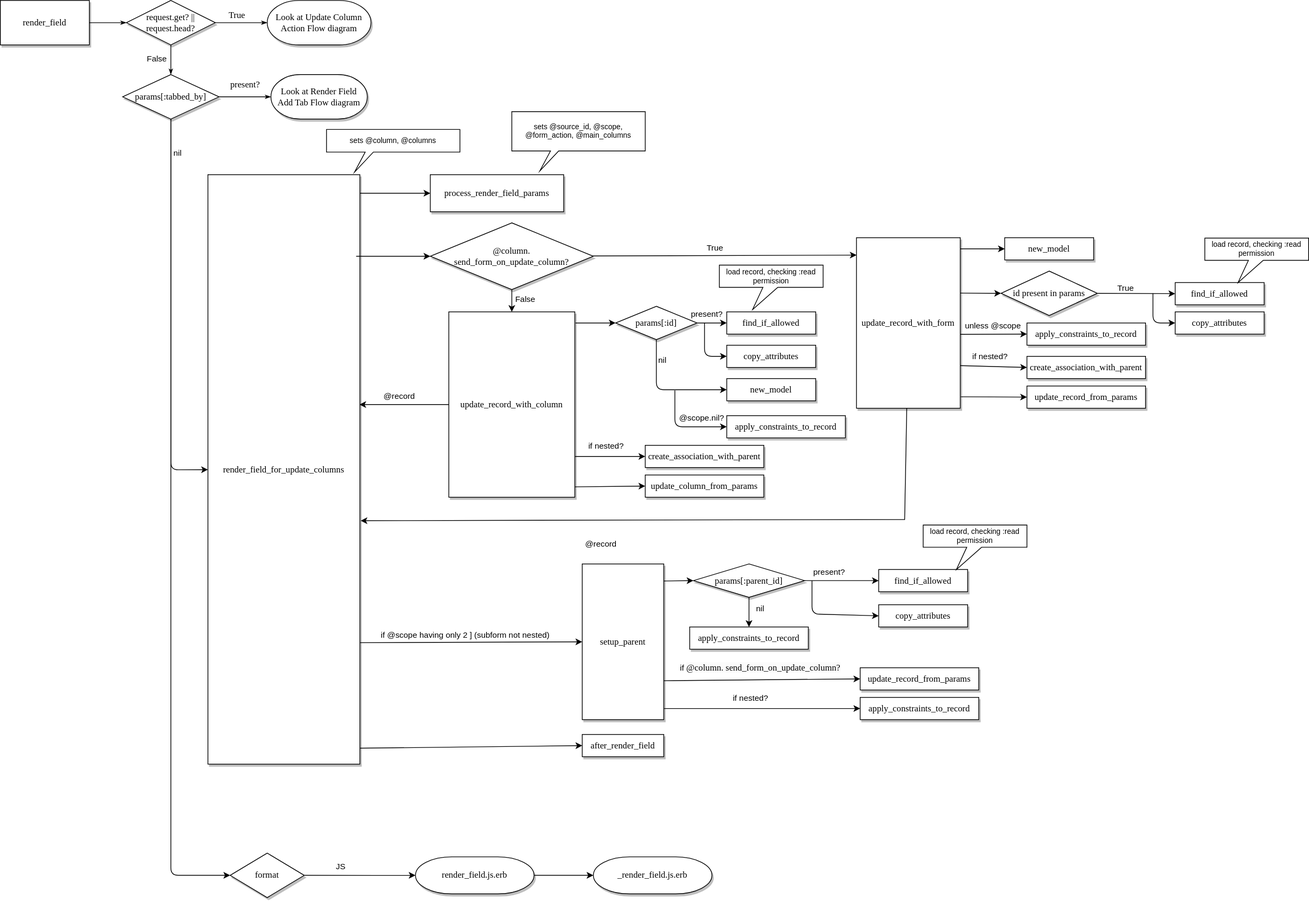
Before: diagrams/render_field_post.drawio.svg, a diagram exported from draw.io (activescaffold/active_scaffold). Source tidied: cells renumbered, new cells last; positions are measured from the earlier drawing's top-left corner, leaving out a move shared by most shapes.
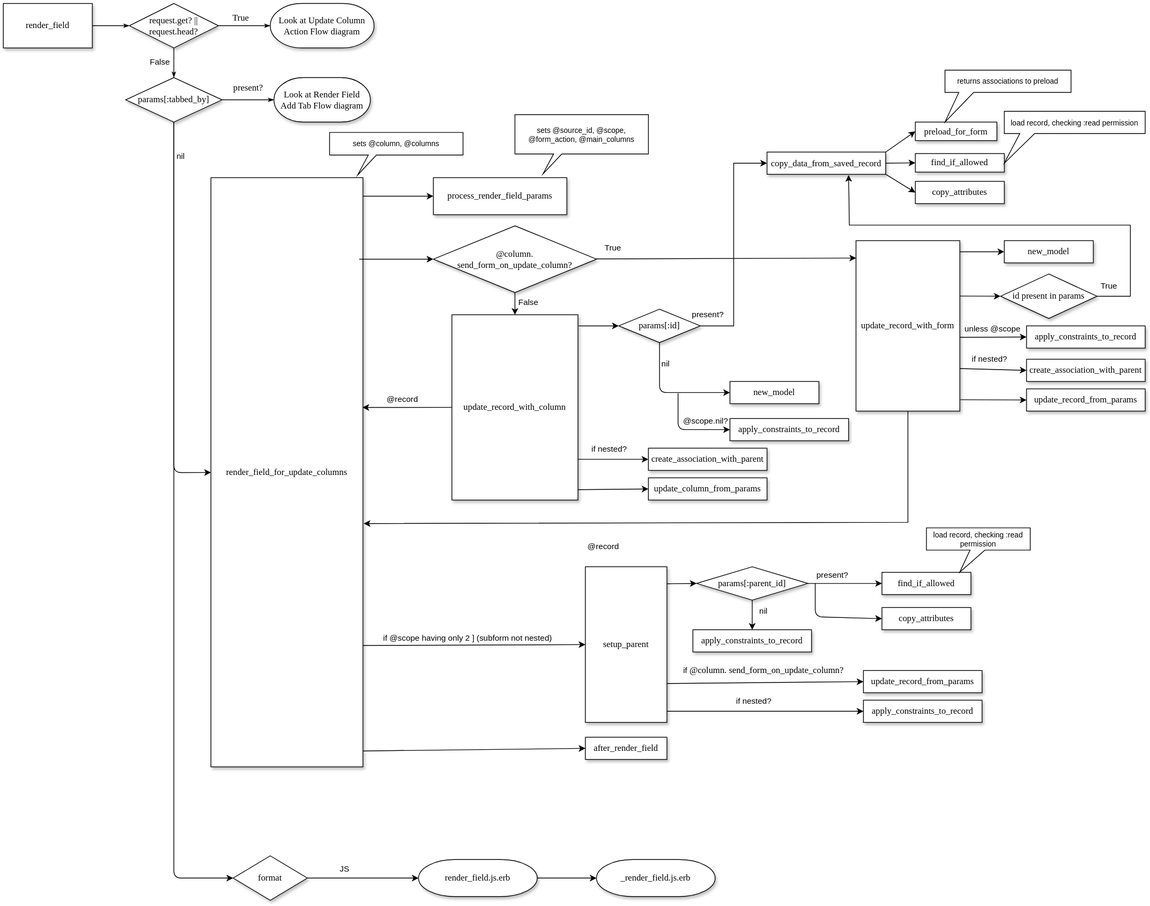
The same file after the commit.

Commit message:
add copy_data_from_saved_record to diagrams

Change to the diagram source:
```diff
@@ -87,7 +87,7 @@
       </mxGeometry>
     </mxCell>
     <mxCell id="24" value="True" style="edgeStyle=none;html=1;entryX=0.001;entryY=0.102;entryDx=0;entryDy=0;entryPerimeter=0;" parent="1" edge="1" source="25" target="37">
-      <mxGeometry x="-0.07" y="10" relative="1" as="geometry" />
+      <mxGeometry x="-0.87" y="15" relative="1" as="geometry" />
     </mxCell>
     <mxCell id="25" value="@column.&lt;br&gt;send_form_on_update_column?" style="rhombus;whiteSpace=wrap;html=1;rounded=0;shadow=1;labelBackgroundColor=none;strokeWidth=1;fontFamily=Verdana;fontSize=12;align=center;" parent="1" vertex="1">
       <mxGeometry x="580" y="300" width="220" height="90" as="geometry" />
@@ -120,7 +120,7 @@
     </mxCell>
     <mxCell id="32" style="edgeStyle=none;html=1;" parent="1" edge="1" target="38">
       <mxGeometry relative="1" as="geometry">
-        <mxPoint x="1295" y="335" as="sourcePoint" />
+        <mxPoint x="1290" y="335" as="sourcePoint" />
       </mxGeometry>
     </mxCell>
     <mxCell id="33" style="edgeStyle=none;html=1;exitX=1;exitY=0.325;exitDx=0;exitDy=0;entryX=0;entryY=0.5;entryDx=0;entryDy=0;exitPerimeter=0;" parent="1" edge="1" source="37" target="44">
@@ -136,47 +136,37 @@
       <mxGeometry relative="1" as="geometry" />
     </mxCell>
     <mxCell id="37" value="update_record_with_form" style="rounded=0;whiteSpace=wrap;html=1;shadow=1;labelBackgroundColor=none;strokeWidth=1;fontFamily=Verdana;fontSize=12;align=center;" parent="1" vertex="1">
-      <mxGeometry x="1155" y="320" width="140" height="230" as="geometry" />
+      <mxGeometry x="1150" y="320" width="140" height="230" as="geometry" />
     </mxCell>
     <mxCell id="38" value="new_model" style="rounded=0;whiteSpace=wrap;html=1;fontFamily=Verdana;shadow=1;labelBackgroundColor=none;strokeWidth=1;" parent="1" vertex="1">
-      <mxGeometry x="1355" y="320" width="120" height="30" as="geometry" />
+      <mxGeometry x="1350" y="320" width="120" height="30" as="geometry" />
     </mxCell>
-    <mxCell id="39" style="rounded=0;jettySize=auto;html=1;exitX=1;exitY=0.5;exitDx=0;exitDy=0;entryX=0;entryY=0.5;entryDx=0;entryDy=0;" parent="1" edge="1" source="44" target="41">
-      <mxGeometry relative="1" as="geometry" />
+    <mxCell id="39" style="rounded=0;jettySize=auto;html=1;exitX=1;exitY=0.5;exitDx=0;exitDy=0;entryX=0.441;entryY=1.031;entryDx=0;entryDy=0;entryPerimeter=0;edgeStyle=orthogonalEdgeStyle;elbow=vertical;" parent="1" edge="1" source="44">
+      <mxGeometry relative="1" as="geometry">
+        <mxPoint x="1140" y="231.4" as="targetPoint" />
+        <Array as="points">
+          <mxPoint x="1520" y="395" />
+          <mxPoint x="1520" y="299" />
+          <mxPoint x="1141" y="299" />
+        </Array>
+      </mxGeometry>
     </mxCell>
     <mxCell id="40" value="True" style="edgeLabel;html=1;align=center;verticalAlign=middle;" parent="39" vertex="1">
       <mxGeometry x="-0.27" y="1" relative="1" as="geometry">
-        <mxPoint y="-7" as="offset" />
+        <mxPoint x="43" y="80" as="offset" />
       </mxGeometry>
     </mxCell>
-    <mxCell id="41" value="find_if_allowed" style="rounded=0;whiteSpace=wrap;html=1;shadow=1;labelBackgroundColor=none;strokeWidth=1;fontFamily=Verdana;fontSize=12;align=center;" parent="1" vertex="1">
-      <mxGeometry x="1585" y="380.5" width="120" height="30" as="geometry" />
-    </mxCell>
-    <mxCell id="42" value="load record, checking :read permission" style="shape=callout;whiteSpace=wrap;html=1;perimeter=calloutPerimeter;size=30;position=0.42;position2=0.32;fontSize=10;" parent="1" vertex="1">
-      <mxGeometry x="1625" y="320.5" width="140" height="60" as="geometry" />
-    </mxCell>
-    <mxCell id="43" style="edgeStyle=none;html=1;entryX=0;entryY=0.5;entryDx=0;entryDy=0;" parent="1" edge="1" target="45">
-      <mxGeometry relative="1" as="geometry">
-        <mxPoint x="1555" y="395" as="sourcePoint" />
-        <Array as="points">
-          <mxPoint x="1555" y="435" />
-        </Array>
-      </mxGeometry>
-    </mxCell>
     <mxCell id="44" value="id present in params" style="rhombus;whiteSpace=wrap;html=1;rounded=0;shadow=1;labelBackgroundColor=none;strokeWidth=1;fontFamily=Verdana;fontSize=12;align=center;" parent="1" vertex="1">
-      <mxGeometry x="1350" y="365" width="130" height="60" as="geometry" />
+      <mxGeometry x="1345" y="365" width="130" height="60" as="geometry" />
     </mxCell>
-    <mxCell id="45" value="copy_attributes" style="rounded=0;whiteSpace=wrap;html=1;shadow=1;labelBackgroundColor=none;strokeWidth=1;fontFamily=Verdana;fontSize=12;align=center;" parent="1" vertex="1">
-      <mxGeometry x="1585" y="420" width="120" height="30" as="geometry" />
-    </mxCell>
     <mxCell id="46" value="apply_constraints_to_record" style="rounded=0;whiteSpace=wrap;html=1;shadow=1;labelBackgroundColor=none;strokeWidth=1;fontFamily=Verdana;fontSize=12;align=center;" parent="1" vertex="1">
-      <mxGeometry x="1385" y="435" width="160" height="30" as="geometry" />
+      <mxGeometry x="1380" y="435" width="160" height="30" as="geometry" />
     </mxCell>
     <mxCell id="47" value="create_association_with_parent" style="rounded=0;whiteSpace=wrap;html=1;shadow=1;labelBackgroundColor=none;strokeWidth=1;fontFamily=Verdana;fontSize=12;align=center;" parent="1" vertex="1">
-      <mxGeometry x="1385" y="480" width="160" height="30" as="geometry" />
+      <mxGeometry x="1380" y="480" width="160" height="30" as="geometry" />
     </mxCell>
     <mxCell id="48" value="update_record_from_params" style="rounded=0;whiteSpace=wrap;html=1;shadow=1;labelBackgroundColor=none;strokeWidth=1;fontFamily=Verdana;fontSize=12;align=center;" parent="1" vertex="1">
-      <mxGeometry x="1385" y="520" width="160" height="30" as="geometry" />
+      <mxGeometry x="1380" y="520" width="160" height="30" as="geometry" />
     </mxCell>
     <mxCell id="49" value="nil" style="edgeStyle=none;html=1;exitX=0.5;exitY=1;exitDx=0;exitDy=0;" parent="1" edge="1" source="57" target="51">
       <mxGeometry x="-0.66" y="8" relative="1" as="geometry">
@@ -191,20 +181,9 @@
     <mxCell id="51" value="new_model" style="rounded=0;whiteSpace=wrap;html=1;fontFamily=Verdana;shadow=1;labelBackgroundColor=none;strokeWidth=1;" parent="1" vertex="1">
       <mxGeometry x="980" y="510" width="120" height="30" as="geometry" />
     </mxCell>
-    <mxCell id="52" value="present?" style="rounded=0;jettySize=auto;html=1;exitX=1;exitY=0.5;exitDx=0;exitDy=0;entryX=0;entryY=0.5;entryDx=0;entryDy=0;" parent="1" edge="1" source="57" target="53">
-      <mxGeometry x="-0.35" y="12" relative="1" as="geometry" />
+    <mxCell id="52" value="present?" style="rounded=0;jettySize=auto;html=1;exitX=1;exitY=0.5;exitDx=0;exitDy=0;entryX=0;entryY=0.5;entryDx=0;entryDy=0;edgeStyle=orthogonalEdgeStyle;" parent="1" edge="1" source="57" target="90">
+      <mxGeometry x="-0.94" y="15" relative="1" as="geometry" />
     </mxCell>
-    <mxCell id="53" value="find_if_allowed" style="rounded=0;whiteSpace=wrap;html=1;shadow=1;labelBackgroundColor=none;strokeWidth=1;fontFamily=Verdana;fontSize=12;align=center;" parent="1" vertex="1">
-      <mxGeometry x="980" y="420" width="120" height="30" as="geometry" />
-    </mxCell>
-    <mxCell id="54" style="edgeStyle=none;html=1;entryX=0;entryY=0.5;entryDx=0;entryDy=0;" parent="1" edge="1" target="58">
-      <mxGeometry relative="1" as="geometry">
-        <mxPoint x="950" y="435" as="sourcePoint" />
-        <Array as="points">
-          <mxPoint x="950" y="480" />
-        </Array>
-      </mxGeometry>
-    </mxCell>
     <mxCell id="55" style="edgeStyle=none;html=1;entryX=0;entryY=0.5;entryDx=0;entryDy=0;" parent="1" edge="1" target="60">
       <mxGeometry relative="1" as="geometry">
         <mxPoint x="910" y="526" as="sourcePoint" />
@@ -221,12 +200,6 @@
     <mxCell id="57" value="params[:id]" style="rhombus;whiteSpace=wrap;html=1;rounded=0;shadow=1;labelBackgroundColor=none;strokeWidth=1;fontFamily=Verdana;fontSize=12;align=center;" parent="1" vertex="1">
       <mxGeometry x="830" y="412.5" width="110" height="45" as="geometry" />
     </mxCell>
-    <mxCell id="58" value="copy_attributes" style="rounded=0;whiteSpace=wrap;html=1;shadow=1;labelBackgroundColor=none;strokeWidth=1;fontFamily=Verdana;fontSize=12;align=center;" parent="1" vertex="1">
-      <mxGeometry x="980" y="465" width="120" height="30" as="geometry" />
-    </mxCell>
-    <mxCell id="59" value="load record, checking :read permission" style="shape=callout;whiteSpace=wrap;html=1;perimeter=calloutPerimeter;size=30;position=0.42;position2=0.32;fontSize=10;" parent="1" vertex="1">
-      <mxGeometry x="970" y="357" width="140" height="60" as="geometry" />
-    </mxCell>
     <mxCell id="60" value="apply_constraints_to_record" style="rounded=0;whiteSpace=wrap;html=1;shadow=1;labelBackgroundColor=none;strokeWidth=1;fontFamily=Verdana;fontSize=12;align=center;" parent="1" vertex="1">
       <mxGeometry x="980" y="560" width="160" height="30" as="geometry" />
     </mxCell>
@@ -321,5 +294,32 @@
     <mxCell id="85" value="_render_field.js.erb" style="strokeWidth=1;html=1;shape=mxgraph.flowchart.terminator;whiteSpace=wrap;rounded=0;shadow=1;labelBackgroundColor=none;fontFamily=Verdana;fontSize=12;align=center;" parent="1" vertex="1">
       <mxGeometry x="800" y="1155" width="160" height="50" as="geometry" />
     </mxCell>
+    <mxCell id="86" value="copy_attributes" style="rounded=0;whiteSpace=wrap;html=1;shadow=1;labelBackgroundColor=none;strokeWidth=1;fontFamily=Verdana;fontSize=12;align=center;" parent="1" vertex="1">
+      <mxGeometry x="1230" y="240" width="120" height="30" as="geometry" />
+    </mxCell>
+    <mxCell id="87" style="edgeStyle=none;html=1;exitX=1;exitY=0;exitDx=0;exitDy=0;entryX=0;entryY=0.5;entryDx=0;entryDy=0;" parent="1" edge="1" source="90" target="93">
+      <mxGeometry relative="1" as="geometry" />
+    </mxCell>
+    <mxCell id="88" style="edgeStyle=none;html=1;exitX=1;exitY=0.5;exitDx=0;exitDy=0;entryX=0;entryY=0.5;entryDx=0;entryDy=0;" parent="1" edge="1" source="90" target="91">
+      <mxGeometry relative="1" as="geometry" />
+    </mxCell>
+    <mxCell id="89" style="edgeStyle=none;html=1;exitX=1;exitY=1;exitDx=0;exitDy=0;entryX=0;entryY=0.5;entryDx=0;entryDy=0;" parent="1" edge="1" source="90" target="86">
+      <mxGeometry relative="1" as="geometry" />
+    </mxCell>
+    <mxCell id="90" value="copy_data_from_saved_record" style="rounded=0;whiteSpace=wrap;html=1;shadow=1;labelBackgroundColor=none;strokeWidth=1;fontFamily=Verdana;fontSize=12;align=center;" parent="1" vertex="1">
+      <mxGeometry x="1030" y="200.5" width="160" height="30" as="geometry" />
+    </mxCell>
+    <mxCell id="91" value="find_if_allowed" style="rounded=0;whiteSpace=wrap;html=1;shadow=1;labelBackgroundColor=none;strokeWidth=1;fontFamily=Verdana;fontSize=12;align=center;" parent="1" vertex="1">
+      <mxGeometry x="1230" y="202.5" width="120" height="25" as="geometry" />
+    </mxCell>
+    <mxCell id="92" value="load record, checking :read permission" style="shape=callout;whiteSpace=wrap;html=1;perimeter=calloutPerimeter;size=40;position=0.11;position2=0;fontSize=10;" parent="1" vertex="1">
+      <mxGeometry x="1350" y="145.5" width="190" height="70" as="geometry" />
+    </mxCell>
+    <mxCell id="93" value="preload_for_form" style="rounded=0;whiteSpace=wrap;html=1;shadow=1;labelBackgroundColor=none;strokeWidth=1;fontFamily=Verdana;fontSize=12;align=center;" parent="1" vertex="1">
+      <mxGeometry x="1230" y="160" width="110" height="25" as="geometry" />
+    </mxCell>
+    <mxCell id="94" value="returns associations to preload" style="shape=callout;whiteSpace=wrap;html=1;perimeter=calloutPerimeter;size=40;position=0.11;position2=0;fontSize=10;" parent="1" vertex="1">
+      <mxGeometry x="1270" y="90" width="170" height="70" as="geometry" />
+    </mxCell>
   </root>
 </mxGraphModel>
```
